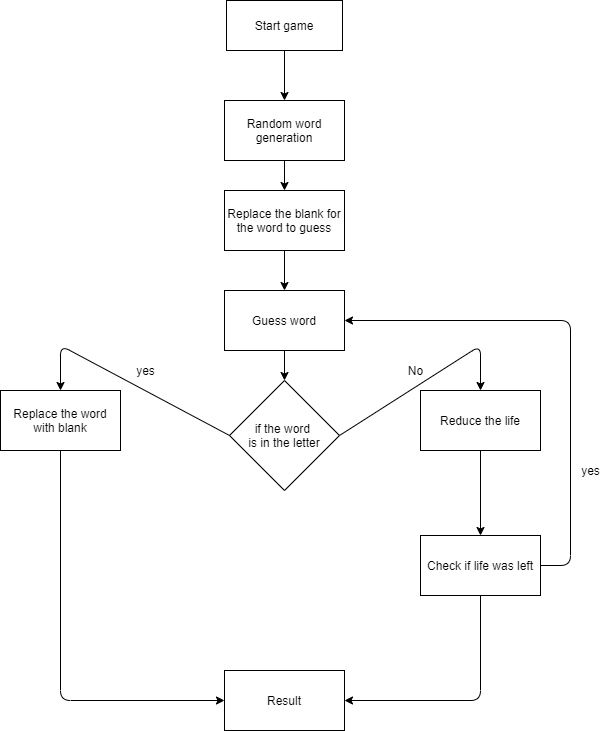
The draw.io diagram hangman.png in kabilasudhannc/kabilasudhannc, before a commit. Source tidied: cells renumbered, new cells last; positions are measured from the earlier drawing's top-left corner, leaving out a move shared by most shapes.
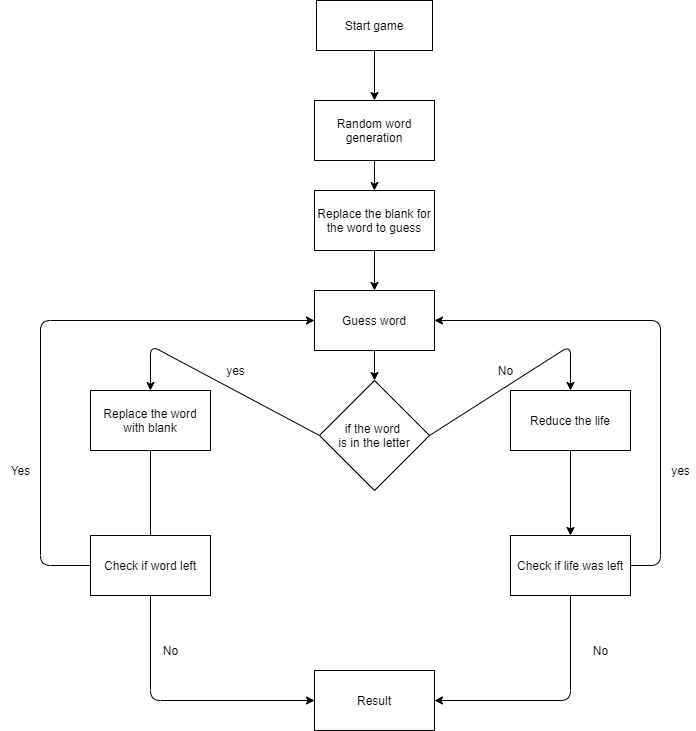
After the commit.

Change to the diagram source:
```diff
@@ -89,5 +89,25 @@
         </Array>
       </mxGeometry>
     </mxCell>
+    <mxCell id="24" value="No" style="text;html=1;align=center;verticalAlign=middle;strokeColor=none;" parent="1" vertex="1">
+      <mxGeometry x="495" y="640" width="30" height="20" as="geometry" />
+    </mxCell>
+    <mxCell id="25" value="Check if word left" style="rounded=0;whiteSpace=wrap;html=1;" parent="1" vertex="1">
+      <mxGeometry y="535" width="120" height="60" as="geometry" />
+    </mxCell>
+    <mxCell id="26" value="No" style="text;html=1;align=center;verticalAlign=middle;strokeColor=none;" parent="1" vertex="1">
+      <mxGeometry x="65" y="640" width="30" height="20" as="geometry" />
+    </mxCell>
+    <mxCell id="27" style="endArrow=classic;html=1;exitX=0;exitY=0.5;exitDx=0;exitDy=0;entryX=0;entryY=0.5;entryDx=0;entryDy=0;" parent="1" edge="1" source="25" target="17">
+      <mxGeometry relative="1" as="geometry">
+        <Array as="points">
+          <mxPoint x="-50" y="565" />
+          <mxPoint x="-50" y="320" />
+        </Array>
+      </mxGeometry>
+    </mxCell>
+    <mxCell id="28" value="Yes" style="text;html=1;align=center;verticalAlign=middle;strokeColor=none;" parent="1" vertex="1">
+      <mxGeometry x="-90" y="460" width="40" height="20" as="geometry" />
+    </mxCell>
   </root>
 </mxGraphModel>
```
